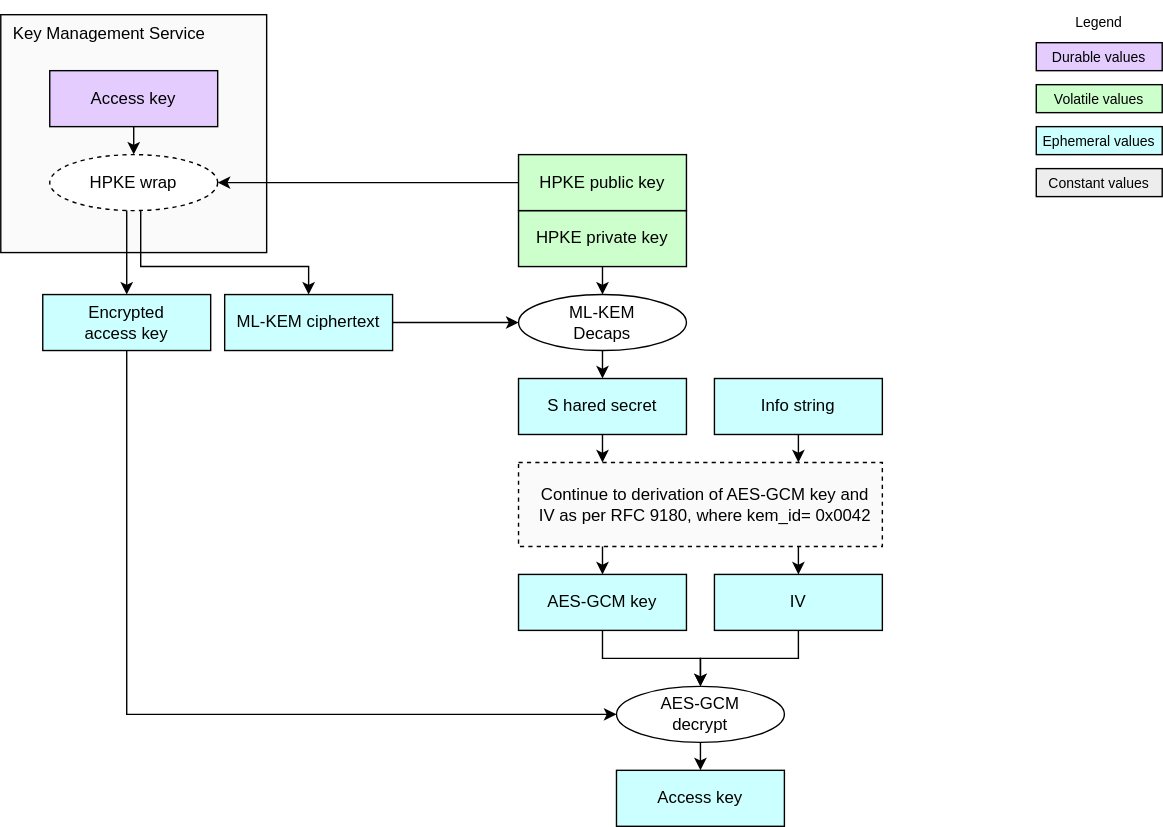
Earlier version of the draw.io export doc/ocp_lock/diagrams/hpke_kem_mlkem.drawio.svg (chipsalliance/Caliptra). Source tidied: cells renumbered, new cells last; positions are measured from the earlier drawing's top-left corner, leaving out a move shared by most shapes. Source of this version:
```xml
<mxGraphModel background="#ffffff">
  <root>
    <mxCell id="0" />
    <mxCell id="1" parent="0" />
    <mxCell id="2" value="Key Management Service" style="rounded=0;whiteSpace=wrap;html=1;fillColor=#FAFAFA;strokeColor=#000000;align=left;verticalAlign=top;spacingLeft=7;" parent="1" vertex="1">
      <mxGeometry y="10" width="190" height="170" as="geometry" />
    </mxCell>
    <mxCell id="3" value="&lt;div&gt;&lt;font color=&quot;#000000&quot;&gt;HPKE private key&lt;/font&gt;&lt;/div&gt;" style="rounded=0;whiteSpace=wrap;html=1;align=center;verticalAlign=middle;shadow=0;glass=0;spacingLeft=0;spacingBottom=0;spacingTop=0;fillColor=#CCFFCC;" parent="1" vertex="1">
      <mxGeometry x="370" y="150" width="120" height="40" as="geometry" />
    </mxCell>
    <mxCell id="4" value="HPKE wrap" style="ellipse;whiteSpace=wrap;html=1;fillColor=#FFFFFF;dashed=1;" parent="1" vertex="1">
      <mxGeometry x="35" y="110" width="120" height="40" as="geometry" />
    </mxCell>
    <mxCell id="5" value="&lt;div&gt;&lt;font color=&quot;#000000&quot;&gt;HPKE public key&lt;/font&gt;&lt;/div&gt;" style="rounded=0;whiteSpace=wrap;html=1;align=center;verticalAlign=middle;shadow=0;glass=0;spacingLeft=0;spacingBottom=0;spacingTop=0;fillColor=#CCFFCC;" parent="1" vertex="1">
      <mxGeometry x="370" y="110" width="120" height="40" as="geometry" />
    </mxCell>
    <mxCell id="6" style="endArrow=classic;html=1;rounded=0;endSize=6;startSize=6;entryX=1;entryY=0.5;entryDx=0;entryDy=0;exitX=0;exitY=0.5;exitDx=0;exitDy=0;" parent="1" edge="1" source="5" target="4">
      <mxGeometry relative="1" as="geometry" />
    </mxCell>
    <mxCell id="7" style="edgeStyle=segmentEdgeStyle;endArrow=classic;html=1;curved=0;rounded=0;endSize=6;startSize=6;entryX=0.5;entryY=0;entryDx=0;entryDy=0;" parent="1" edge="1" target="13">
      <mxGeometry relative="1" as="geometry">
        <mxPoint x="100" y="150" as="sourcePoint" />
        <Array as="points">
          <mxPoint x="100" y="190" />
          <mxPoint x="220" y="190" />
        </Array>
      </mxGeometry>
    </mxCell>
    <mxCell id="8" value="&lt;div&gt;&lt;font color=&quot;#000000&quot;&gt;Access key&lt;/font&gt;&lt;/div&gt;" style="rounded=0;whiteSpace=wrap;html=1;align=center;verticalAlign=middle;shadow=0;glass=0;spacingLeft=0;spacingBottom=0;spacingTop=0;fillColor=#E5CCFF;" parent="1" vertex="1">
      <mxGeometry x="35" y="50" width="120" height="40" as="geometry" />
    </mxCell>
    <mxCell id="9" value="&lt;div&gt;&lt;font color=&quot;#000000&quot;&gt;Durable values&lt;/font&gt;&lt;/div&gt;" style="rounded=0;whiteSpace=wrap;html=1;align=center;verticalAlign=middle;shadow=0;glass=0;spacingLeft=0;spacingBottom=0;spacingTop=0;fillColor=#E5CCFF;fontSize=10;" parent="1" vertex="1">
      <mxGeometry x="740" y="30" width="90" height="20" as="geometry" />
    </mxCell>
    <mxCell id="10" value="Legend" style="text;strokeColor=none;align=center;fillColor=none;html=1;verticalAlign=middle;whiteSpace=wrap;rounded=0;fontSize=10;" parent="1" vertex="1">
      <mxGeometry x="755" width="60" height="30" as="geometry" />
    </mxCell>
    <mxCell id="11" value="&lt;div&gt;&lt;font color=&quot;#000000&quot;&gt;Volatile values&lt;/font&gt;&lt;/div&gt;" style="rounded=0;whiteSpace=wrap;html=1;align=center;verticalAlign=middle;shadow=0;glass=0;spacingLeft=0;spacingBottom=0;spacingTop=0;fillColor=#CCFFCC;fontSize=10;" parent="1" vertex="1">
      <mxGeometry x="740" y="60" width="90" height="20" as="geometry" />
    </mxCell>
    <mxCell id="12" value="&lt;div&gt;&lt;font color=&quot;#000000&quot;&gt;Ephemeral values&lt;/font&gt;&lt;/div&gt;" style="rounded=0;whiteSpace=wrap;html=1;align=center;verticalAlign=middle;shadow=0;glass=0;spacingLeft=0;spacingBottom=0;spacingTop=0;fillColor=#CCFFFF;fontSize=10;" parent="1" vertex="1">
      <mxGeometry x="740" y="90" width="90" height="20" as="geometry" />
    </mxCell>
    <mxCell id="13" value="&lt;span style=&quot;color: rgb(0, 0, 0);&quot;&gt;ML-KEM ciphertext&lt;/span&gt;" style="rounded=0;whiteSpace=wrap;html=1;align=center;verticalAlign=middle;shadow=0;glass=0;spacingLeft=0;spacingBottom=0;spacingTop=0;fillColor=#CCFFFF;" parent="1" vertex="1">
      <mxGeometry x="160" y="210" width="120" height="40" as="geometry" />
    </mxCell>
    <mxCell id="14" style="edgeStyle=segmentEdgeStyle;endArrow=classic;html=1;curved=0;rounded=0;endSize=6;startSize=6;entryX=0.5;entryY=0;entryDx=0;entryDy=0;" parent="1" edge="1" target="20">
      <mxGeometry relative="1" as="geometry">
        <mxPoint x="90" y="150" as="sourcePoint" />
        <Array as="points">
          <mxPoint x="90" y="210" />
        </Array>
      </mxGeometry>
    </mxCell>
    <mxCell id="15" value="&lt;span style=&quot;color: rgb(0, 0, 0);&quot;&gt;ML-KEM&lt;/span&gt;&lt;div&gt;Decaps&lt;/div&gt;" style="ellipse;whiteSpace=wrap;html=1;fillColor=#FFFFFF;" parent="1" vertex="1">
      <mxGeometry x="370" y="210" width="120" height="40" as="geometry" />
    </mxCell>
    <mxCell id="16" style="endArrow=classic;html=1;exitX=1;exitY=0.5;exitDx=0;exitDy=0;entryX=0;entryY=0.5;entryDx=0;entryDy=0;" parent="1" edge="1" source="13" target="15">
      <mxGeometry relative="1" as="geometry" />
    </mxCell>
    <mxCell id="17" style="endArrow=classic;html=1;rounded=0;endSize=6;startSize=6;entryX=0.5;entryY=0;entryDx=0;entryDy=0;exitX=0.5;exitY=1;exitDx=0;exitDy=0;" parent="1" edge="1" source="3" target="15">
      <mxGeometry relative="1" as="geometry" />
    </mxCell>
    <mxCell id="18" style="edgeStyle=segmentEdgeStyle;endArrow=classic;html=1;curved=0;rounded=0;endSize=6;startSize=6;exitX=0.5;exitY=1;exitDx=0;exitDy=0;entryX=0;entryY=0.5;entryDx=0;entryDy=0;" parent="1" edge="1" source="20" target="25">
      <mxGeometry relative="1" as="geometry">
        <Array as="points">
          <mxPoint x="90" y="250" />
          <mxPoint x="90" y="510" />
        </Array>
      </mxGeometry>
    </mxCell>
    <mxCell id="19" value="&lt;div&gt;&lt;font color=&quot;#000000&quot;&gt;Constant values&lt;/font&gt;&lt;/div&gt;" style="rounded=0;whiteSpace=wrap;html=1;align=center;verticalAlign=middle;shadow=0;glass=0;spacingLeft=0;spacingBottom=0;spacingTop=0;fillColor=#EDEDED;fontSize=10;" parent="1" vertex="1">
      <mxGeometry x="740" y="120" width="90" height="20" as="geometry" />
    </mxCell>
    <mxCell id="20" value="&lt;div&gt;&lt;font color=&quot;#000000&quot;&gt;Encrypted&lt;/font&gt;&lt;/div&gt;&lt;div&gt;&lt;font color=&quot;#000000&quot;&gt;access key&lt;/font&gt;&lt;/div&gt;" style="rounded=0;whiteSpace=wrap;html=1;align=center;verticalAlign=middle;shadow=0;glass=0;spacingLeft=0;spacingBottom=0;spacingTop=0;fillColor=#CCFFFF;" parent="1" vertex="1">
      <mxGeometry x="30" y="210" width="120" height="40" as="geometry" />
    </mxCell>
    <mxCell id="21" style="endArrow=classic;html=1;exitX=0.5;exitY=1;exitDx=0;exitDy=0;entryX=0.5;entryY=0;entryDx=0;entryDy=0;" parent="1" edge="1" source="8" target="4">
      <mxGeometry relative="1" as="geometry" />
    </mxCell>
    <mxCell id="22" value="&lt;div&gt;&lt;span style=&quot;background-color: transparent;&quot;&gt;&lt;font color=&quot;#000000&quot;&gt;S&lt;/font&gt;hared secret&lt;/span&gt;&lt;/div&gt;" style="rounded=0;whiteSpace=wrap;html=1;align=center;verticalAlign=middle;shadow=0;glass=0;spacingLeft=0;spacingBottom=0;spacingTop=0;fillColor=#CCFFFF;" parent="1" vertex="1">
      <mxGeometry x="370" y="270" width="120" height="40" as="geometry" />
    </mxCell>
    <mxCell id="23" style="endArrow=classic;html=1;rounded=0;endSize=6;startSize=6;entryX=0.5;entryY=0;entryDx=0;entryDy=0;exitX=0.5;exitY=1;exitDx=0;exitDy=0;jumpStyle=gap;" parent="1" edge="1" source="15" target="22">
      <mxGeometry relative="1" as="geometry" />
    </mxCell>
    <mxCell id="24" value="Continue to derivation of&amp;nbsp;&lt;span style=&quot;background-color: transparent;&quot;&gt;AES-GCM key and&lt;/span&gt;&lt;div&gt;&lt;span style=&quot;background-color: transparent;&quot;&gt;IV as per&amp;nbsp;&lt;/span&gt;&lt;span style=&quot;background-color: transparent;&quot;&gt;RFC 9180, where kem_id=&lt;/span&gt;&lt;span style=&quot;background-color: transparent;&quot;&gt;0x0042&lt;/span&gt;&lt;/div&gt;" style="rounded=0;whiteSpace=wrap;html=1;fillColor=#FAFAFA;strokeColor=#000000;align=center;verticalAlign=middle;spacingLeft=7;dashed=1;" parent="1" vertex="1">
      <mxGeometry x="370" y="330" width="260" height="60" as="geometry" />
    </mxCell>
    <mxCell id="25" value="AES-GCM&lt;div&gt;decrypt&lt;/div&gt;" style="ellipse;whiteSpace=wrap;html=1;fillColor=#FFFFFF;" parent="1" vertex="1">
      <mxGeometry x="440" y="490" width="120" height="40" as="geometry" />
    </mxCell>
    <mxCell id="26" value="Access key" style="rounded=0;whiteSpace=wrap;html=1;align=center;verticalAlign=middle;shadow=0;glass=0;spacingLeft=0;spacingBottom=0;spacingTop=0;fillColor=#CCFFFF;" parent="1" vertex="1">
      <mxGeometry x="440" y="550" width="120" height="40" as="geometry" />
    </mxCell>
    <mxCell id="27" value="AES-GCM key" style="rounded=0;whiteSpace=wrap;html=1;align=center;verticalAlign=middle;shadow=0;glass=0;spacingLeft=0;spacingBottom=0;spacingTop=0;fillColor=#CCFFFF;" parent="1" vertex="1">
      <mxGeometry x="370" y="410" width="120" height="40" as="geometry" />
    </mxCell>
    <mxCell id="28" value="IV" style="rounded=0;whiteSpace=wrap;html=1;align=center;verticalAlign=middle;shadow=0;glass=0;spacingLeft=0;spacingBottom=0;spacingTop=0;fillColor=#CCFFFF;" parent="1" vertex="1">
      <mxGeometry x="510" y="410" width="120" height="40" as="geometry" />
    </mxCell>
    <mxCell id="29" style="endArrow=classic;html=1;entryX=0.5;entryY=0;entryDx=0;entryDy=0;exitX=0.5;exitY=1;exitDx=0;exitDy=0;" parent="1" edge="1" target="27">
      <mxGeometry relative="1" as="geometry">
        <mxPoint x="430" y="390" as="sourcePoint" />
      </mxGeometry>
    </mxCell>
    <mxCell id="30" style="edgeStyle=segmentEdgeStyle;endArrow=classic;html=1;curved=0;rounded=0;endSize=6;startSize=6;exitX=0.5;exitY=1;exitDx=0;exitDy=0;entryX=0.5;entryY=0;entryDx=0;entryDy=0;" parent="1" edge="1" source="27" target="25">
      <mxGeometry relative="1" as="geometry">
        <Array as="points">
          <mxPoint x="430" y="470" />
          <mxPoint x="500" y="470" />
        </Array>
      </mxGeometry>
    </mxCell>
    <mxCell id="31" style="edgeStyle=segmentEdgeStyle;endArrow=classic;html=1;curved=0;rounded=0;endSize=6;startSize=6;exitX=0.5;exitY=1;exitDx=0;exitDy=0;entryX=0.5;entryY=0;entryDx=0;entryDy=0;" parent="1" edge="1" source="28" target="25">
      <mxGeometry relative="1" as="geometry">
        <Array as="points">
          <mxPoint x="570" y="470" />
          <mxPoint x="500" y="470" />
        </Array>
      </mxGeometry>
    </mxCell>
    <mxCell id="32" style="endArrow=classic;html=1;exitX=0.5;exitY=1;exitDx=0;exitDy=0;" parent="1" edge="1" source="25" target="26">
      <mxGeometry relative="1" as="geometry" />
    </mxCell>
    <mxCell id="33" style="endArrow=classic;html=1;exitX=0.5;exitY=1;exitDx=0;exitDy=0;entryX=0.5;entryY=0;entryDx=0;entryDy=0;" parent="1" edge="1" target="28">
      <mxGeometry relative="1" as="geometry">
        <mxPoint x="570" y="390" as="sourcePoint" />
      </mxGeometry>
    </mxCell>
    <mxCell id="34" value="&lt;div&gt;&lt;font&gt;Info string&lt;/font&gt;&lt;/div&gt;" style="rounded=0;whiteSpace=wrap;html=1;align=center;verticalAlign=middle;shadow=0;glass=0;spacingLeft=0;spacingBottom=0;spacingTop=0;fillColor=#CCFFFF;" parent="1" vertex="1">
      <mxGeometry x="510" y="270" width="120" height="40" as="geometry" />
    </mxCell>
    <mxCell id="35" style="endArrow=classic;html=1;exitX=0.5;exitY=1;exitDx=0;exitDy=0;" parent="1" edge="1" source="22">
      <mxGeometry relative="1" as="geometry">
        <mxPoint x="430" y="330" as="targetPoint" />
      </mxGeometry>
    </mxCell>
    <mxCell id="36" style="endArrow=classic;html=1;exitX=0.5;exitY=1;exitDx=0;exitDy=0;" parent="1" edge="1" source="34">
      <mxGeometry relative="1" as="geometry">
        <mxPoint x="570" y="330" as="targetPoint" />
      </mxGeometry>
    </mxCell>
  </root>
</mxGraphModel>
```
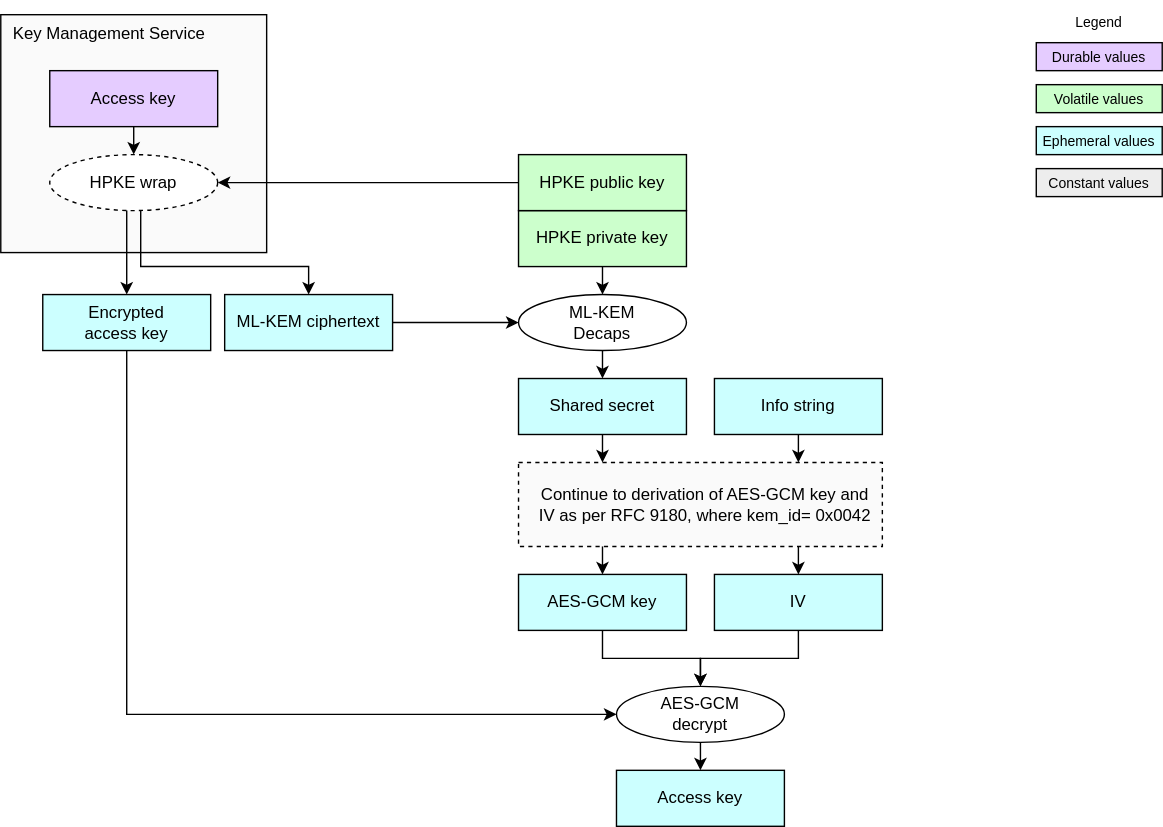
After the change.

The edit, as a diff of the source:
```diff
@@ -78,7 +78,7 @@
     <mxCell id="21" style="endArrow=classic;html=1;exitX=0.5;exitY=1;exitDx=0;exitDy=0;entryX=0.5;entryY=0;entryDx=0;entryDy=0;" parent="1" edge="1" source="8" target="4">
       <mxGeometry relative="1" as="geometry" />
     </mxCell>
-    <mxCell id="22" value="&lt;div&gt;&lt;span style=&quot;background-color: transparent;&quot;&gt;&lt;font color=&quot;#000000&quot;&gt;S&lt;/font&gt;hared secret&lt;/span&gt;&lt;/div&gt;" style="rounded=0;whiteSpace=wrap;html=1;align=center;verticalAlign=middle;shadow=0;glass=0;spacingLeft=0;spacingBottom=0;spacingTop=0;fillColor=#CCFFFF;" parent="1" vertex="1">
+    <mxCell id="22" value="&lt;div&gt;&lt;span style=&quot;background-color: transparent;&quot;&gt;&lt;font color=&quot;#000000&quot;&gt;Shared secret&lt;/font&gt;&lt;/span&gt;&lt;/div&gt;" style="rounded=0;whiteSpace=wrap;html=1;align=center;verticalAlign=middle;shadow=0;glass=0;spacingLeft=0;spacingBottom=0;spacingTop=0;fillColor=#CCFFFF;" parent="1" vertex="1">
       <mxGeometry x="370" y="270" width="120" height="40" as="geometry" />
     </mxCell>
     <mxCell id="23" style="endArrow=classic;html=1;rounded=0;endSize=6;startSize=6;entryX=0.5;entryY=0;entryDx=0;entryDy=0;exitX=0.5;exitY=1;exitDx=0;exitDy=0;jumpStyle=gap;" parent="1" edge="1" source="15" target="22">
```
